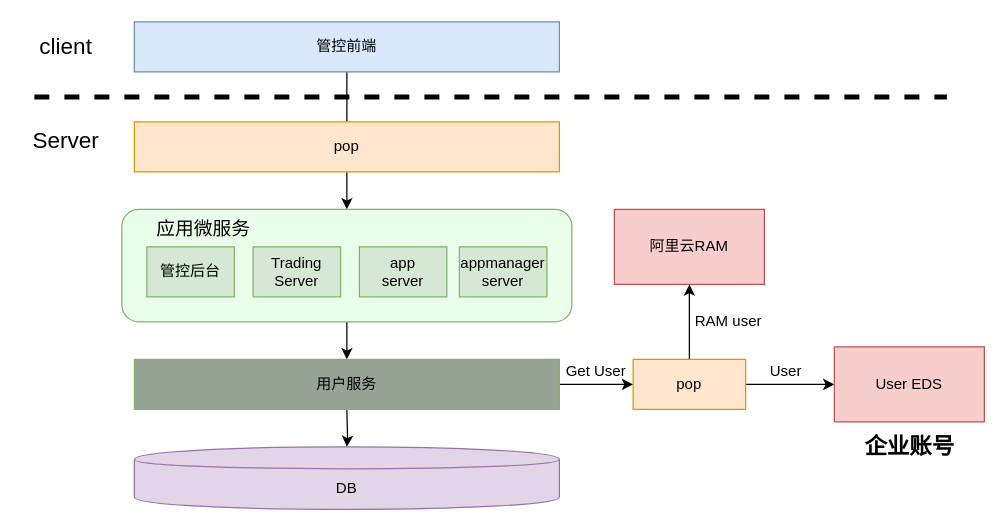
The draw.io diagram appuser.drawio in chenkangzeng/appstreaming, before the edit. Source tidied: cells renumbered, new cells numbered last; positions are measured from the earlier drawing's top-left corner, leaving out a move shared by most shapes. Both pictures are drawn from the tidied source at 125%, with x=0, y=0 at pixel (21, 21).
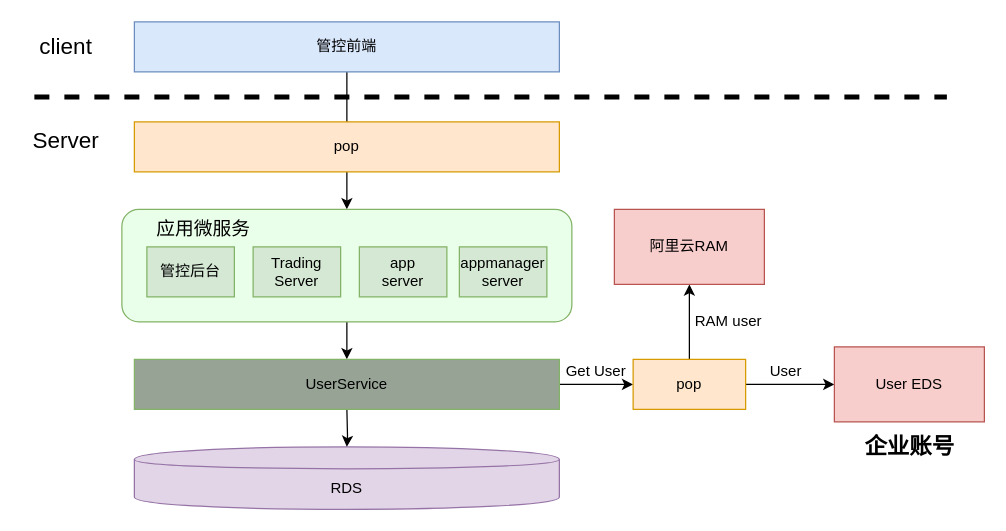
Above is the later version.

What changed in the source:
```diff
@@
-    <mxCell id="5" value="DB" style="shape=cylinder;whiteSpace=wrap;html=1;boundedLbl=1;backgroundOutline=1;rounded=0;fillColor=#e1d5e7;strokeColor=#9673a6;" parent="1" vertex="1">
+    <mxCell id="5" value="RDS" style="shape=cylinder;whiteSpace=wrap;html=1;boundedLbl=1;backgroundOutline=1;rounded=0;fillColor=#e1d5e7;strokeColor=#9673a6;" parent="1" vertex="1">
       <mxGeometry x="90" y="340" width="340" height="50" as="geometry" />
     </mxCell>
@@
-    <mxCell id="19" value="用户服务" style="rounded=0;whiteSpace=wrap;html=1;strokeColor=#82b366;fillColor=#96A395;" parent="1" vertex="1">
+    <mxCell id="19" value="UserService" style="rounded=0;whiteSpace=wrap;html=1;strokeColor=#82b366;fillColor=#96A395;" parent="1" vertex="1">
       <mxGeometry x="90" y="270" width="340" height="40" as="geometry" />
     </mxCell>
```
